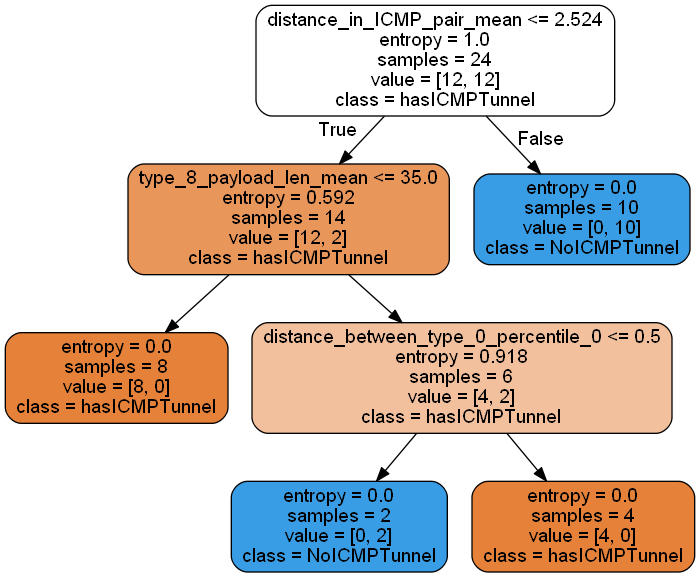
This is images/classification/iris_tree.png from parahaoer/extractFeaturesFromICMPPcap, a Graphviz export, as it was before one commit. Its source is kept beside it as images/classification/iris_tree.dot.
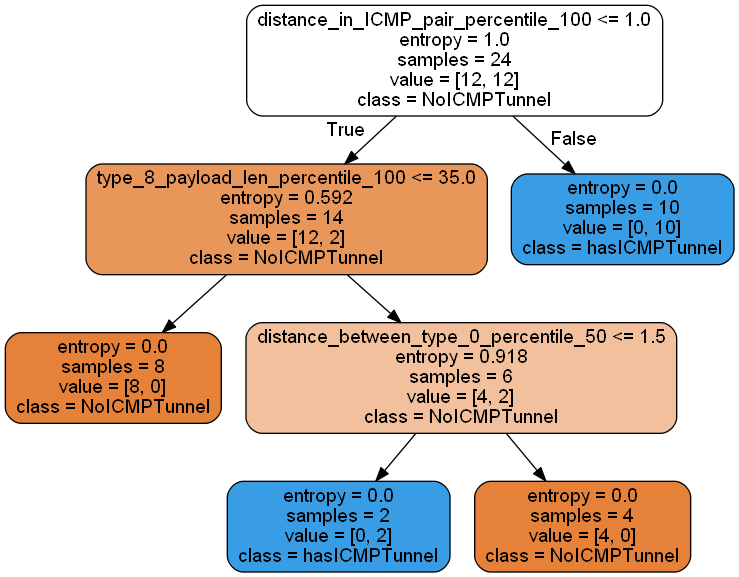
Later version of the same file.

What changed in the source:
```diff
@@ -1,12 +1,12 @@
 digraph Tree {
 node [shape=box, style="filled, rounded", color="black", fontname=helvetica] ;
 edge [fontname=helvetica] ;
-0 [label="distance_in_ICMP_pair_mean <= 2.524\nentropy = 1.0\nsamples = 24\nvalue = [12, 12]\nclass = NoICMPTunnel", fillcolor="#ffffff"] ;
-1 [label="type_0_payload_len_percentile_50 <= 35.0\nentropy = 0.592\nsamples = 14\nvalue = [12, 2]\nclass = NoICMPTunnel", fillcolor="#e9965a"] ;
+0 [label="distance_in_ICMP_pair_percentile_100 <= 1.0\nentropy = 1.0\nsamples = 24\nvalue = [12, 12]\nclass = NoICMPTunnel", fillcolor="#ffffff"] ;
+1 [label="type_8_payload_len_percentile_100 <= 35.0\nentropy = 0.592\nsamples = 14\nvalue = [12, 2]\nclass = NoICMPTunnel", fillcolor="#e9965a"] ;
 0 -> 1 [labeldistance=2.5, labelangle=45, headlabel="True"] ;
 2 [label="entropy = 0.0\nsamples = 8\nvalue = [8, 0]\nclass = NoICMPTunnel", fillcolor="#e58139"] ;
 1 -> 2 ;
-3 [label="distance_between_type_8_percentile_25 <= 2.5\nentropy = 0.918\nsamples = 6\nvalue = [4, 2]\nclass = NoICMPTunnel", fillcolor="#f2c09c"] ;
+3 [label="distance_between_type_0_percentile_50 <= 1.5\nentropy = 0.918\nsamples = 6\nvalue = [4, 2]\nclass = NoICMPTunnel", fillcolor="#f2c09c"] ;
 1 -> 3 ;
 4 [label="entropy = 0.0\nsamples = 2\nvalue = [0, 2]\nclass = hasICMPTunnel", fillcolor="#399de5"] ;
 3 -> 4 ;
```
